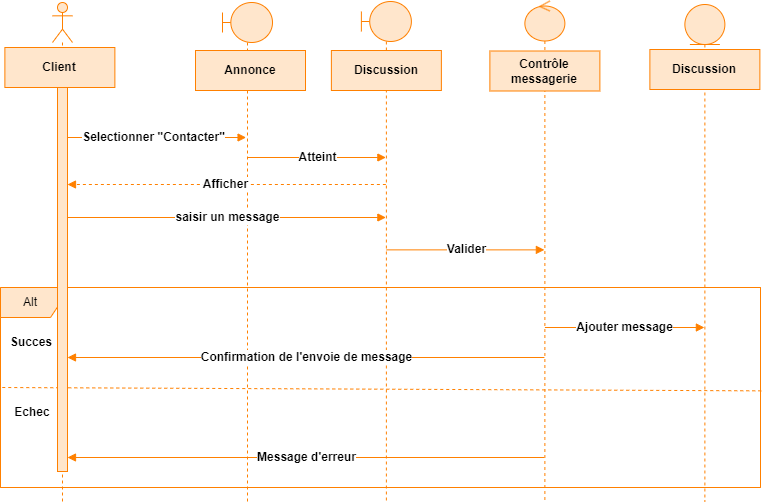
This is images/Contacter d.png from alizhassane/pfe, a draw.io export, as it was before one commit. Source tidied: cells renumbered, new cells last; positions are measured from the earlier drawing's top-left corner, leaving out a move shared by most shapes.
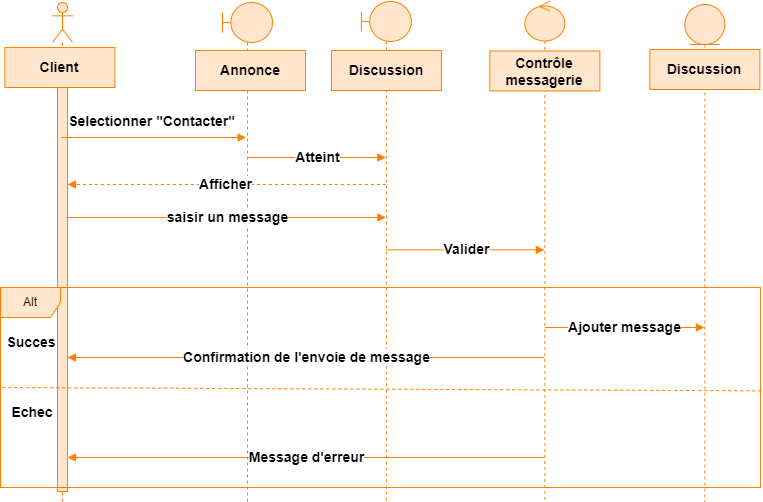
The same diagram one commit later.

Diff of the diagram source:
```diff
@@ -5,99 +5,99 @@
     <mxCell id="2" style="shape=umlLifeline;perimeter=lifelinePerimeter;whiteSpace=wrap;html=1;newEdgeStyle={&quot;curved&quot;:0,&quot;rounded&quot;:0};participant=umlActor;strokeColor=#FF8000;align=center;verticalAlign=middle;fontFamily=Helvetica;fontSize=12;fontColor=default;fontStyle=1;fillColor=#FFE6CC;" parent="1" vertex="1">
       <mxGeometry x="52" y="1" width="20" height="499" as="geometry" />
     </mxCell>
-    <mxCell id="3" style="shape=umlLifeline;perimeter=lifelinePerimeter;whiteSpace=wrap;html=1;newEdgeStyle={&quot;curved&quot;:0,&quot;rounded&quot;:0};participant=umlBoundary;strokeColor=#FF8000;align=center;verticalAlign=middle;fontFamily=Helvetica;fontSize=12;fontColor=default;fontStyle=1;fillColor=#FFE6CC;" parent="1" vertex="1">
-      <mxGeometry x="360.9" width="50" height="500" as="geometry" />
+    <mxCell id="3" style="html=1;perimeter=orthogonalPerimeter;targetShapes=umlLifeline;newEdgeStyle={&quot;curved&quot;:0,&quot;rounded&quot;:0};fillColor=#FFE6CC;strokeColor=#FF8000;align=center;verticalAlign=middle;fontFamily=Helvetica;fontSize=12;fontColor=default;fontStyle=1;" parent="1" vertex="1">
+      <mxGeometry x="57" y="86" width="10" height="404" as="geometry" />
     </mxCell>
     <mxCell id="4" style="shape=umlLifeline;perimeter=lifelinePerimeter;whiteSpace=wrap;html=1;newEdgeStyle={&quot;curved&quot;:0,&quot;rounded&quot;:0};participant=umlBoundary;strokeColor=#FF8000;align=center;verticalAlign=middle;fontFamily=Helvetica;fontSize=12;fontColor=default;fontStyle=1;fillColor=#FFE6CC;" parent="1" vertex="1">
-      <mxGeometry x="222" y="1" width="50" height="499" as="geometry" />
+      <mxGeometry x="360.9" width="50" height="500" as="geometry" />
     </mxCell>
-    <mxCell id="5" style="shape=umlLifeline;perimeter=lifelinePerimeter;whiteSpace=wrap;html=1;newEdgeStyle={&quot;curved&quot;:0,&quot;rounded&quot;:0};participant=umlEntity;strokeColor=#FF8000;align=center;verticalAlign=middle;fontFamily=Helvetica;fontSize=12;fontColor=default;fontStyle=1;fillColor=#FFE6CC;" parent="1" vertex="1">
-      <mxGeometry x="684.4" y="3" width="40" height="497" as="geometry" />
+    <mxCell id="5" style="shape=umlLifeline;perimeter=lifelinePerimeter;whiteSpace=wrap;html=1;newEdgeStyle={&quot;curved&quot;:0,&quot;rounded&quot;:0};participant=umlBoundary;strokeColor=#FF8000;align=center;verticalAlign=middle;fontFamily=Helvetica;fontSize=12;fontColor=default;fontStyle=1;fillColor=#FFE6CC;" parent="1" vertex="1">
+      <mxGeometry x="222" y="1" width="50" height="499" as="geometry" />
     </mxCell>
-    <mxCell id="6" style="shape=umlLifeline;perimeter=lifelinePerimeter;whiteSpace=wrap;html=1;outlineConnect=0;portConstraint=eastwest;newEdgeStyle={&quot;curved&quot;:0,&quot;rounded&quot;:0};participant=umlControl;strokeColor=#FF8000;align=center;verticalAlign=middle;fontFamily=Helvetica;fontSize=12;fontColor=default;fontStyle=1;fillColor=#FFE6CC;" parent="1" vertex="1">
-      <mxGeometry x="524.4" y="-0.5" width="40" height="500.5" as="geometry" />
+    <mxCell id="6" style="shape=umlLifeline;perimeter=lifelinePerimeter;whiteSpace=wrap;html=1;outlineConnect=0;portConstraint=eastwest;newEdgeStyle={&quot;curved&quot;:0,&quot;rounded&quot;:0};participant=umlEntity;strokeColor=#FF8000;align=center;verticalAlign=middle;fontFamily=Helvetica;fontSize=12;fontColor=default;fontStyle=1;fillColor=#FFE6CC;" parent="1" vertex="1">
+      <mxGeometry x="684.4" y="3" width="40" height="497" as="geometry" />
     </mxCell>
-    <mxCell id="7" value="Client" style="rounded=0;whiteSpace=wrap;html=1;fillColor=#FFE6CC;strokeColor=#FF8000;align=center;verticalAlign=middle;fontFamily=Helvetica;fontSize=12;fontColor=default;fontStyle=1;" parent="1" vertex="1">
-      <mxGeometry x="4.4" y="46" width="110" height="40" as="geometry" />
+    <mxCell id="7" style="shape=umlLifeline;perimeter=lifelinePerimeter;whiteSpace=wrap;html=1;outlineConnect=0;portConstraint=eastwest;newEdgeStyle={&quot;curved&quot;:0,&quot;rounded&quot;:0};participant=umlControl;strokeColor=#FF8000;align=center;verticalAlign=middle;fontFamily=Helvetica;fontSize=12;fontColor=default;fontStyle=1;fillColor=#FFE6CC;" parent="1" vertex="1">
+      <mxGeometry x="524.4" y="-0.5" width="40" height="500.5" as="geometry" />
     </mxCell>
-    <mxCell id="8" value="Contrôle messagerie" style="rounded=0;whiteSpace=wrap;html=1;fillColor=#FFE6CC;strokeColor=#FF8000;align=center;verticalAlign=middle;fontFamily=Helvetica;fontSize=12;fontColor=default;fontStyle=1;" parent="1" vertex="1">
-      <mxGeometry x="489.4" y="49.5" width="110" height="40" as="geometry" />
+    <mxCell id="8" value="&lt;font style=&quot;font-size: 14px;&quot;&gt;Client&lt;/font&gt;" style="rounded=0;whiteSpace=wrap;html=1;fillColor=#FFE6CC;strokeColor=#FF8000;align=center;verticalAlign=middle;fontFamily=Helvetica;fontSize=12;fontColor=default;fontStyle=1;" parent="1" vertex="1">
+      <mxGeometry x="4.4" y="46" width="110" height="40" as="geometry" />
     </mxCell>
-    <mxCell id="9" value="Discussion" style="rounded=0;whiteSpace=wrap;html=1;fillColor=#FFE6CC;strokeColor=#FF8000;align=center;verticalAlign=middle;fontFamily=Helvetica;fontSize=12;fontColor=default;fontStyle=1;" parent="1" vertex="1">
-      <mxGeometry x="649.4" y="48" width="110" height="40" as="geometry" />
+    <mxCell id="9" value="&lt;font style=&quot;font-size: 14px;&quot;&gt;Contrôle messagerie&lt;/font&gt;" style="rounded=0;whiteSpace=wrap;html=1;fillColor=#FFE6CC;strokeColor=#FF8000;align=center;verticalAlign=middle;fontFamily=Helvetica;fontSize=12;fontColor=default;fontStyle=1;" parent="1" vertex="1">
+      <mxGeometry x="489.4" y="49.5" width="110" height="40" as="geometry" />
     </mxCell>
-    <mxCell id="10" value="Discussion" style="rounded=0;whiteSpace=wrap;html=1;fillColor=#FFE6CC;strokeColor=#FF8000;align=center;verticalAlign=middle;fontFamily=Helvetica;fontSize=12;fontColor=default;fontStyle=1;" parent="1" vertex="1">
-      <mxGeometry x="330.9" y="49" width="110" height="40" as="geometry" />
+    <mxCell id="10" value="&lt;font style=&quot;font-size: 14px;&quot;&gt;Discussion&lt;/font&gt;" style="rounded=0;whiteSpace=wrap;html=1;fillColor=#FFE6CC;strokeColor=#FF8000;align=center;verticalAlign=middle;fontFamily=Helvetica;fontSize=12;fontColor=default;fontStyle=1;" parent="1" vertex="1">
+      <mxGeometry x="649.4" y="48" width="110" height="40" as="geometry" />
     </mxCell>
-    <mxCell id="11" value="Annonce" style="rounded=0;whiteSpace=wrap;html=1;fillColor=#FFE6CC;strokeColor=#FF8000;align=center;verticalAlign=middle;fontFamily=Helvetica;fontSize=12;fontColor=default;fontStyle=1;" parent="1" vertex="1">
-      <mxGeometry x="195" y="49" width="110" height="40" as="geometry" />
+    <mxCell id="11" value="&lt;font style=&quot;font-size: 14px;&quot;&gt;Discussion&lt;/font&gt;" style="rounded=0;whiteSpace=wrap;html=1;fillColor=#FFE6CC;strokeColor=#FF8000;align=center;verticalAlign=middle;fontFamily=Helvetica;fontSize=12;fontColor=default;fontStyle=1;" parent="1" vertex="1">
+      <mxGeometry x="330.9" y="49" width="110" height="40" as="geometry" />
     </mxCell>
-    <mxCell id="12" style="swimlane;startSize=0;strokeColor=#FF8000;align=center;verticalAlign=middle;fontFamily=Helvetica;fontSize=12;fontColor=default;fontStyle=1;fillColor=#FFE6CC;" parent="1" vertex="1">
-      <mxGeometry y="286" width="760" height="200" as="geometry" />
+    <mxCell id="12" value="&lt;font style=&quot;font-size: 14px;&quot;&gt;Annonce&lt;/font&gt;" style="rounded=0;whiteSpace=wrap;html=1;fillColor=#FFE6CC;strokeColor=#FF8000;align=center;verticalAlign=middle;fontFamily=Helvetica;fontSize=12;fontColor=default;fontStyle=1;" parent="1" vertex="1">
+      <mxGeometry x="195" y="49" width="110" height="40" as="geometry" />
     </mxCell>
-    <mxCell id="13" style="html=1;verticalAlign=middle;endArrow=none;curved=0;rounded=0;dashed=1;exitX=1;exitY=0.5;exitDx=0;exitDy=0;endFill=0;entryX=-0.001;entryY=0.48;entryDx=0;entryDy=0;entryPerimeter=0;strokeColor=#FF8000;align=center;fontFamily=Helvetica;fontSize=12;fontColor=default;fontStyle=1;fillColor=#FFE6CC;" parent="12" edge="1">
-      <mxGeometry relative="1" as="geometry">
-        <mxPoint x="760.8" y="103.3" as="sourcePoint" />
-        <mxPoint y="100" as="targetPoint" />
-      </mxGeometry>
+    <mxCell id="13" style="swimlane;startSize=0;strokeColor=#FF8000;align=center;verticalAlign=middle;fontFamily=Helvetica;fontSize=12;fontColor=default;fontStyle=1;fillColor=#FFE6CC;" parent="1" vertex="1">
+      <mxGeometry y="286" width="760" height="200" as="geometry" />
     </mxCell>
-    <mxCell id="14" value="&lt;b&gt;Echec&lt;/b&gt;" style="text;html=1;align=center;verticalAlign=middle;whiteSpace=wrap;rounded=0;fontFamily=Helvetica;fontSize=12;fontColor=default;fontStyle=1;" parent="12" vertex="1">
-      <mxGeometry x="2" y="110" width="60" height="30" as="geometry" />
+    <mxCell id="14" style="html=1;verticalAlign=middle;endArrow=none;curved=0;rounded=0;dashed=1;exitX=1;exitY=0.5;exitDx=0;exitDy=0;endFill=0;entryX=-0.001;entryY=0.48;entryDx=0;entryDy=0;entryPerimeter=0;strokeColor=#FF8000;align=center;fontFamily=Helvetica;fontSize=12;fontColor=default;fontStyle=1;fillColor=#FFE6CC;" parent="13" edge="1">
+      <mxGeometry relative="1" as="geometry">
+        <mxPoint x="760.8" y="103.3" as="sourcePoint" />
+        <mxPoint y="100" as="targetPoint" />
+      </mxGeometry>
     </mxCell>
-    <mxCell id="15" value="Ajouter message" style="html=1;verticalAlign=middle;endArrow=block;curved=0;rounded=0;strokeColor=#FF8000;align=center;fontFamily=Helvetica;fontSize=12;fontColor=default;fontStyle=1;fillColor=#FFE6CC;" parent="12" edge="1">
-      <mxGeometry relative="1" as="geometry">
-        <mxPoint x="544.4" y="40" as="sourcePoint" />
-        <mxPoint x="703.9" y="40" as="targetPoint" />
-      </mxGeometry>
+    <mxCell id="15" value="&lt;b&gt;&lt;font style=&quot;font-size: 14px;&quot;&gt;Echec&lt;/font&gt;&lt;/b&gt;" style="text;html=1;align=center;verticalAlign=middle;whiteSpace=wrap;rounded=0;fontFamily=Helvetica;fontSize=12;fontColor=default;fontStyle=1;" parent="13" vertex="1">
+      <mxGeometry x="2" y="110" width="60" height="30" as="geometry" />
     </mxCell>
-    <mxCell id="16" value="Confirmation de l'envoie de message" style="html=1;verticalAlign=middle;endArrow=block;curved=0;rounded=0;strokeColor=#FF8000;align=center;fontFamily=Helvetica;fontSize=12;fontColor=default;fontStyle=1;fillColor=#FFE6CC;" parent="12" edge="1">
+    <mxCell id="16" value="&lt;font style=&quot;font-size: 14px;&quot;&gt;Ajouter message&lt;/font&gt;" style="html=1;verticalAlign=middle;endArrow=block;curved=0;rounded=0;strokeColor=#FF8000;align=center;fontFamily=Helvetica;fontSize=12;fontColor=default;fontStyle=1;fillColor=#FFE6CC;" parent="13" edge="1">
       <mxGeometry relative="1" as="geometry">
-        <mxPoint x="543.9" y="70" as="sourcePoint" />
-        <mxPoint x="67" y="70" as="targetPoint" />
+        <mxPoint x="544.4" y="40" as="sourcePoint" />
+        <mxPoint x="703.9" y="40" as="targetPoint" />
       </mxGeometry>
     </mxCell>
-    <mxCell id="17" value="Message d'erreur" style="html=1;verticalAlign=middle;endArrow=block;curved=0;rounded=0;strokeColor=#FF8000;align=center;fontFamily=Helvetica;fontSize=12;fontColor=default;fontStyle=1;fillColor=#FFE6CC;" parent="12" edge="1">
+    <mxCell id="17" value="&lt;font style=&quot;font-size: 14px;&quot;&gt;Confirmation de l'envoie de message&lt;/font&gt;" style="html=1;verticalAlign=middle;endArrow=block;curved=0;rounded=0;strokeColor=#FF8000;align=center;fontFamily=Helvetica;fontSize=12;fontColor=default;fontStyle=1;fillColor=#FFE6CC;" parent="13" edge="1">
       <mxGeometry relative="1" as="geometry">
-        <mxPoint x="543.9" y="170" as="sourcePoint" />
-        <mxPoint x="67" y="170" as="targetPoint" />
+        <mxPoint x="543.9" y="70" as="sourcePoint" />
+        <mxPoint x="67" y="70" as="targetPoint" />
       </mxGeometry>
     </mxCell>
-    <mxCell id="18" value="Alt" style="shape=umlFrame;whiteSpace=wrap;html=1;fillColor=#FFE6CC;strokeColor=#FF8000;strokeWidth=1;align=center;verticalAlign=middle;fontFamily=Helvetica;fontSize=12;fontColor=default;" parent="12" vertex="1">
-      <mxGeometry width="760" height="200" as="geometry" />
+    <mxCell id="18" value="&lt;font style=&quot;font-size: 14px;&quot;&gt;Message d'erreur&lt;/font&gt;" style="html=1;verticalAlign=middle;endArrow=block;curved=0;rounded=0;strokeColor=#FF8000;align=center;fontFamily=Helvetica;fontSize=12;fontColor=default;fontStyle=1;fillColor=#FFE6CC;" parent="13" edge="1">
+      <mxGeometry relative="1" as="geometry">
+        <mxPoint x="543.9" y="170" as="sourcePoint" />
+        <mxPoint x="67" y="170" as="targetPoint" />
+      </mxGeometry>
     </mxCell>
-    <mxCell id="19" value="Selectionner &quot;Contacter&quot;" style="html=1;verticalAlign=middle;endArrow=block;curved=0;rounded=0;strokeColor=#FF8000;align=center;fontFamily=Helvetica;fontSize=12;fontColor=default;fontStyle=1;fillColor=#FFE6CC;" parent="1" edge="1">
-      <mxGeometry relative="1" as="geometry">
-        <mxPoint x="60.8" y="136" as="sourcePoint" />
-        <mxPoint x="245.6" y="136" as="targetPoint" />
-      </mxGeometry>
+    <mxCell id="19" value="Alt" style="shape=umlFrame;whiteSpace=wrap;html=1;fillColor=#FFE6CC;strokeColor=#FF8000;strokeWidth=1;align=center;verticalAlign=middle;fontFamily=Helvetica;fontSize=12;fontColor=default;" parent="13" vertex="1">
+      <mxGeometry width="760" height="200" as="geometry" />
     </mxCell>
-    <mxCell id="20" style="html=1;perimeter=orthogonalPerimeter;targetShapes=umlLifeline;newEdgeStyle={&quot;curved&quot;:0,&quot;rounded&quot;:0};fillColor=#FFE6CC;strokeColor=#FF8000;align=center;verticalAlign=middle;fontFamily=Helvetica;fontSize=12;fontColor=default;fontStyle=1;" parent="1" vertex="1">
-      <mxGeometry x="57" y="86" width="10" height="384" as="geometry" />
+    <mxCell id="20" value="&lt;font style=&quot;font-size: 14px;&quot;&gt;Selectionner &quot;Contacter&quot;&lt;/font&gt;" style="html=1;verticalAlign=middle;endArrow=block;curved=0;rounded=0;strokeColor=#FF8000;align=center;fontFamily=Helvetica;fontSize=12;fontColor=default;fontStyle=1;fillColor=#FFE6CC;" parent="1" edge="1">
+      <mxGeometry x="-0.03" y="16" relative="1" as="geometry">
+        <mxPoint x="60.8" y="136" as="sourcePoint" />
+        <mxPoint x="245.6" y="136" as="targetPoint" />
+      </mxGeometry>
     </mxCell>
-    <mxCell id="21" value="Atteint" style="html=1;verticalAlign=middle;endArrow=block;curved=0;rounded=0;strokeColor=#FF8000;align=center;fontFamily=Helvetica;fontSize=12;fontColor=default;fontStyle=1;fillColor=#FFE6CC;" parent="1" edge="1">
+    <mxCell id="21" value="&lt;font style=&quot;font-size: 14px;&quot;&gt;Atteint&lt;/font&gt;" style="html=1;verticalAlign=middle;endArrow=block;curved=0;rounded=0;strokeColor=#FF8000;align=center;fontFamily=Helvetica;fontSize=12;fontColor=default;fontStyle=1;fillColor=#FFE6CC;" parent="1" edge="1">
       <mxGeometry relative="1" as="geometry">
         <mxPoint x="247.1" y="156" as="sourcePoint" />
         <mxPoint x="385.4" y="156" as="targetPoint" />
       </mxGeometry>
     </mxCell>
-    <mxCell id="22" value="Afficher" style="html=1;verticalAlign=middle;endArrow=block;curved=0;rounded=0;dashed=1;strokeColor=#FF8000;align=center;fontFamily=Helvetica;fontSize=12;fontColor=default;fontStyle=1;fillColor=#FFE6CC;" parent="1" edge="1">
+    <mxCell id="22" value="&lt;font style=&quot;font-size: 14px;&quot;&gt;Afficher&lt;/font&gt;" style="html=1;verticalAlign=middle;endArrow=block;curved=0;rounded=0;dashed=1;strokeColor=#FF8000;align=center;fontFamily=Helvetica;fontSize=12;fontColor=default;fontStyle=1;fillColor=#FFE6CC;" parent="1" edge="1">
       <mxGeometry relative="1" as="geometry">
         <mxPoint x="385.4" y="183" as="sourcePoint" />
         <mxPoint x="67" y="183" as="targetPoint" />
       </mxGeometry>
     </mxCell>
-    <mxCell id="23" value="saisir un message" style="html=1;verticalAlign=middle;endArrow=block;curved=0;rounded=0;strokeColor=#FF8000;align=center;fontFamily=Helvetica;fontSize=12;fontColor=default;fontStyle=1;fillColor=#FFE6CC;" parent="1" edge="1">
+    <mxCell id="23" value="&lt;font style=&quot;font-size: 14px;&quot;&gt;saisir un message&lt;/font&gt;" style="html=1;verticalAlign=middle;endArrow=block;curved=0;rounded=0;strokeColor=#FF8000;align=center;fontFamily=Helvetica;fontSize=12;fontColor=default;fontStyle=1;fillColor=#FFE6CC;" parent="1" edge="1">
       <mxGeometry relative="1" as="geometry">
         <mxPoint x="67" y="216" as="sourcePoint" />
         <mxPoint x="385.4" y="216" as="targetPoint" />
       </mxGeometry>
     </mxCell>
-    <mxCell id="24" value="Valider" style="html=1;verticalAlign=middle;endArrow=block;curved=0;rounded=0;strokeColor=#FF8000;align=center;fontFamily=Helvetica;fontSize=12;fontColor=default;fontStyle=1;fillColor=#FFE6CC;" parent="1" edge="1" target="6">
+    <mxCell id="24" value="&lt;font style=&quot;font-size: 14px;&quot;&gt;Valider&lt;/font&gt;" style="html=1;verticalAlign=middle;endArrow=block;curved=0;rounded=0;strokeColor=#FF8000;align=center;fontFamily=Helvetica;fontSize=12;fontColor=default;fontStyle=1;fillColor=#FFE6CC;" parent="1" edge="1" target="7">
       <mxGeometry relative="1" as="geometry">
         <mxPoint x="386.1" y="248.4" as="sourcePoint" />
       </mxGeometry>
     </mxCell>
-    <mxCell id="25" value="&lt;b&gt;Succes&lt;/b&gt;" style="text;html=1;align=center;verticalAlign=middle;whiteSpace=wrap;rounded=0;fontFamily=Helvetica;fontSize=12;fontColor=default;fontStyle=1;" parent="1" vertex="1">
+    <mxCell id="25" value="&lt;b&gt;&lt;font style=&quot;font-size: 14px;&quot;&gt;Succes&lt;/font&gt;&lt;/b&gt;" style="text;html=1;align=center;verticalAlign=middle;whiteSpace=wrap;rounded=0;fontFamily=Helvetica;fontSize=12;fontColor=default;fontStyle=1;" parent="1" vertex="1">
       <mxGeometry x="1" y="326" width="60" height="30" as="geometry" />
     </mxCell>
   </root>
```
